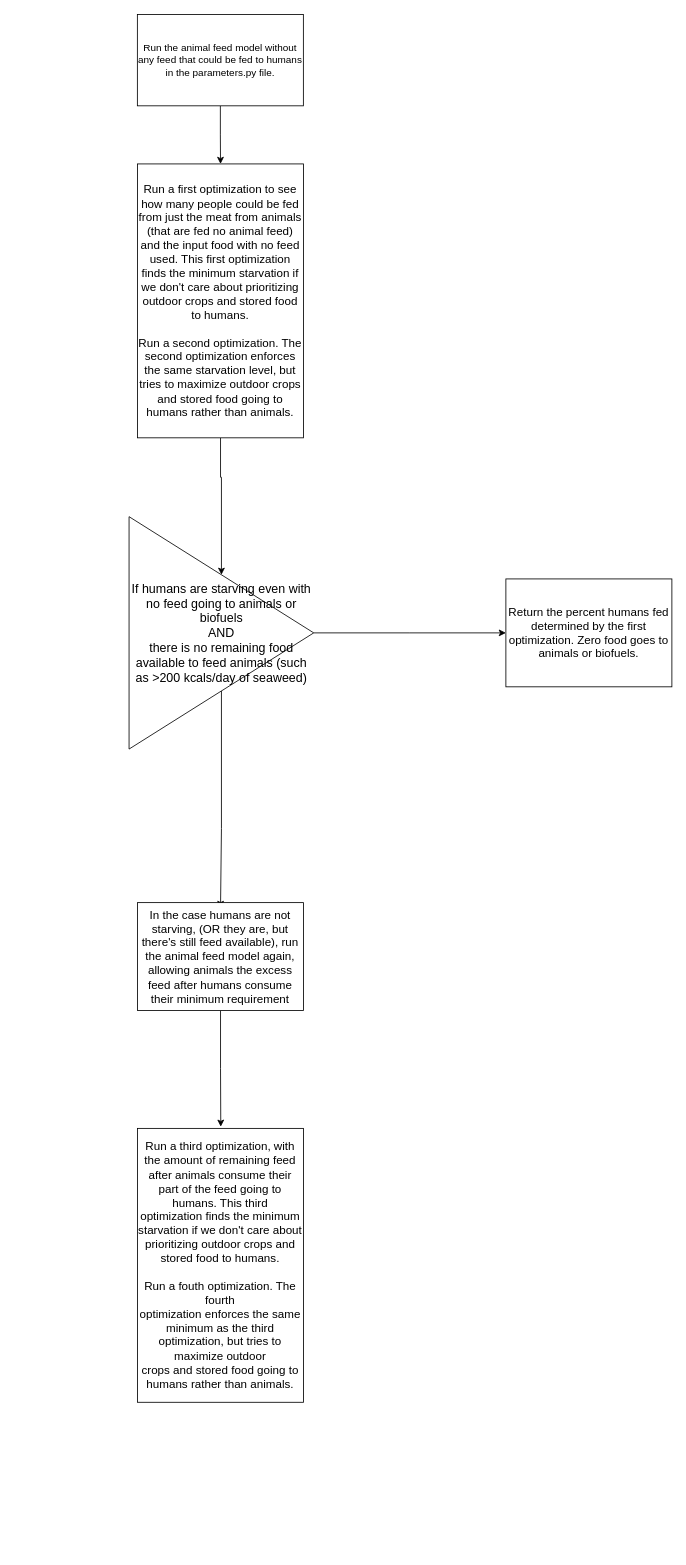
The draw.io diagram docs/repository_flowchart/FeedOptimizerFlow.drawio in allfed/allfed-integrated-model, before the edit. Source tidied: cells renumbered, new cells numbered last; positions are measured from the earlier drawing's top-left corner, leaving out a move shared by most shapes. Both pictures are drawn from the tidied source at 83%, with x=0, y=0 at pixel (129, 14).
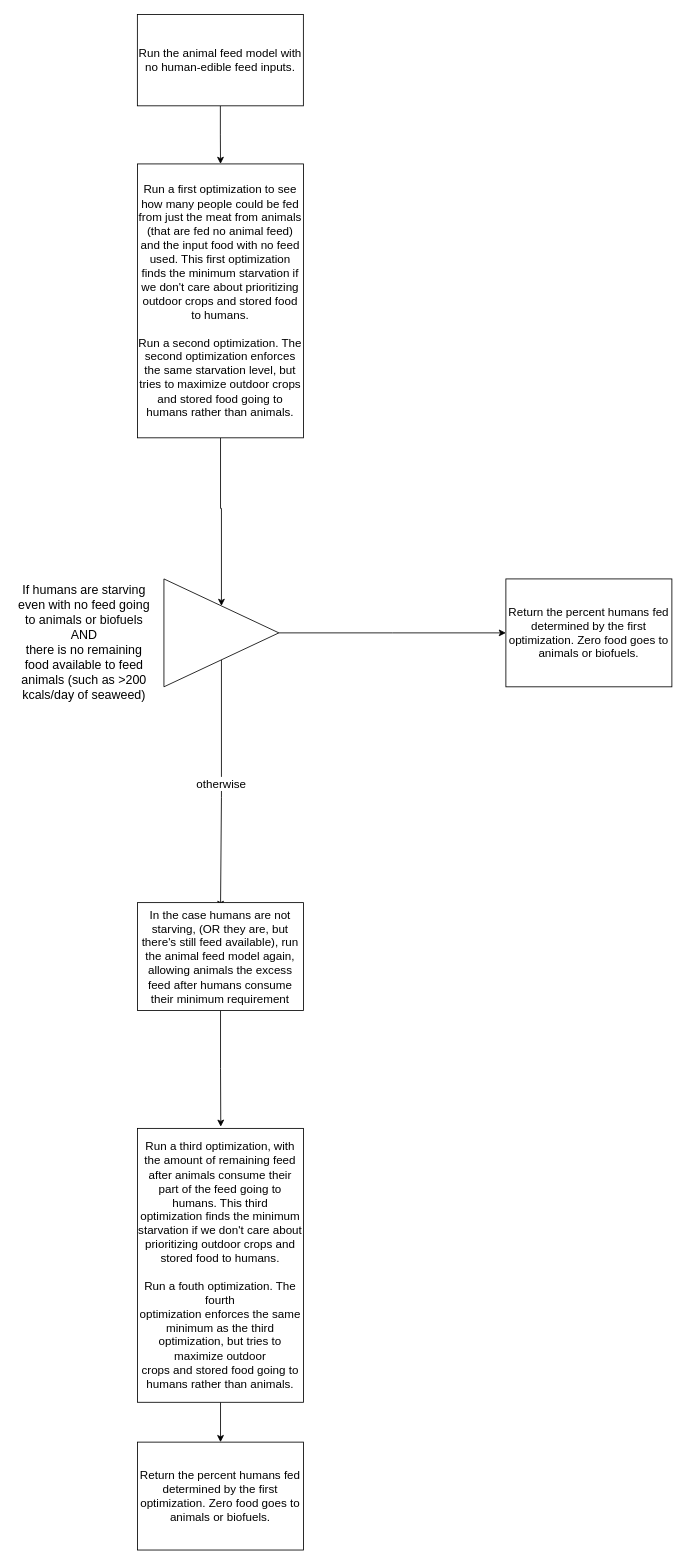
The same page after the edit.

Diff of the diagram source:
```diff
@@
 <mxGraphModel>
   <root>
     <mxCell id="0" />
     <mxCell id="1" parent="0" />
     <mxCell id="2" style="edgeStyle=orthogonalEdgeStyle;rounded=0;jettySize=auto;html=1;" parent="1" edge="1" source="4">
       <mxGeometry relative="1" as="geometry">
         <mxPoint x="454" y="745" as="targetPoint" />
       </mxGeometry>
     </mxCell>
-    <mxCell id="3" style="edgeStyle=orthogonalEdgeStyle;rounded=0;jettySize=auto;html=1;" parent="1" edge="1" source="4">
+    <mxCell id="3" value="&lt;font style=&quot;font-size: 14px;&quot;&gt;otherwise&lt;/font&gt;" style="edgeStyle=orthogonalEdgeStyle;rounded=0;jettySize=auto;html=1;" parent="1" edge="1" source="4">
       <mxGeometry relative="1" as="geometry">
         <mxPoint x="110.2" y="1076.4" as="targetPoint" />
       </mxGeometry>
     </mxCell>
-    <mxCell id="4" value="&lt;font style=&quot;font-size: 15px;&quot;&gt;If humans are starving even with no feed going to animals or biofuels&lt;br&gt;AND&lt;br&gt; there is no remaining food available to feed animals (such as &amp;gt;200 kcals/day of seaweed)&lt;br&gt;&lt;/font&gt;" style="triangle;whiteSpace=wrap;html=1;" parent="1" vertex="1">
-      <mxGeometry y="605" width="222.5" height="280" as="geometry" />
+    <mxCell id="4" style="triangle;whiteSpace=wrap;html=1;" parent="1" vertex="1">
+      <mxGeometry x="42" y="680" width="138.5" height="130" as="geometry" />
     </mxCell>
     <mxCell id="5" value="&lt;font style=&quot;font-size: 14px;&quot;&gt;Return the percent humans fed determined by the first optimization. Zero food goes to animals or biofuels.&lt;/font&gt;" style="rounded=0;whiteSpace=wrap;html=1;" parent="1" vertex="1">
       <mxGeometry x="454" y="680" width="200" height="130" as="geometry" />
     </mxCell>
     <mxCell id="6" style="edgeStyle=orthogonalEdgeStyle;rounded=0;jettySize=auto;html=1;" parent="1" edge="1" source="7">
       <mxGeometry relative="1" as="geometry">
         <mxPoint x="110.5" y="1340" as="targetPoint" />
       </mxGeometry>
     </mxCell>
     <mxCell id="7" value="&lt;font style=&quot;font-size: 14px;&quot;&gt;In the case humans are not starving, (OR they are, but there's still feed available), run the animal feed model again, allowing animals the excess feed after humans consume their minimum requirement&lt;/font&gt;" style="rounded=0;whiteSpace=wrap;html=1;" parent="1" vertex="1">
       <mxGeometry x="10.2" y="1070" width="200" height="130" as="geometry" />
     </mxCell>
     <mxCell id="8" style="edgeStyle=orthogonalEdgeStyle;rounded=0;jettySize=auto;html=1;" parent="1" edge="1" source="9" target="4">
       <mxGeometry relative="1" as="geometry" />
     </mxCell>
     <mxCell id="9" value="&lt;font style=&quot;font-size: 14px;&quot;&gt;Run a first optimization to see how many people could be fed from just the meat from animals (that are fed no animal feed) and the input food with no feed used. This first optimization finds the minimum starvation if we don't care about prioritizing outdoor crops and stored food to humans. &lt;br&gt;&lt;br&gt;Run a second optimization. The second optimization enforces the same starvation level, but tries to maximize outdoor crops and stored food going to humans rather than animals.&lt;/font&gt;" style="rounded=0;whiteSpace=wrap;html=1;" parent="1" vertex="1">
       <mxGeometry x="10.2" y="180" width="200" height="330" as="geometry" />
     </mxCell>
+    <mxCell id="13" style="edgeStyle=orthogonalEdgeStyle;rounded=0;jettySize=auto;html=1;" parent="1" edge="1" source="10" target="14">
+      <mxGeometry relative="1" as="geometry" />
+    </mxCell>
     <mxCell id="10" value="&lt;font style=&quot;font-size: 14px;&quot;&gt;Run a third optimization, with the amount of remaining feed &lt;br&gt;after animals consume their part of the feed going to humans. This third&lt;br&gt; optimization finds the minimum starvation if we don't care about &lt;br&gt;prioritizing outdoor crops and stored food to humans. &lt;br&gt;&lt;br&gt;Run a fouth optimization. The fourth &lt;br&gt;optimization enforces the same minimum as the third optimization, but tries to maximize outdoor &lt;br&gt;crops and stored food going to humans rather than animals.&lt;/font&gt;" style="rounded=0;whiteSpace=wrap;html=1;" parent="1" vertex="1">
       <mxGeometry x="10.2" y="1342" width="200" height="330" as="geometry" />
     </mxCell>
     <mxCell id="11" style="edgeStyle=orthogonalEdgeStyle;rounded=0;jettySize=auto;html=1;entryX=0.5;entryY=0;entryDx=0;entryDy=0;" parent="1" edge="1" source="12" target="9">
       <mxGeometry relative="1" as="geometry" />
     </mxCell>
-    <mxCell id="12" value="Run the animal feed model without any feed that could be fed to humans in the parameters.py file." style="rounded=0;whiteSpace=wrap;html=1;" parent="1" vertex="1">
+    <mxCell id="12" value="&lt;font style=&quot;font-size: 14px;&quot;&gt;Run the animal feed model with no human-edible feed inputs.&lt;br&gt;&lt;/font&gt;" style="rounded=0;whiteSpace=wrap;html=1;" parent="1" vertex="1">
       <mxGeometry x="10" width="200" height="110" as="geometry" />
     </mxCell>
+    <mxCell id="14" value="&lt;font style=&quot;font-size: 14px;&quot;&gt;Return the percent humans fed determined by the first optimization. Zero food goes to animals or biofuels.&lt;/font&gt;" style="rounded=0;whiteSpace=wrap;html=1;" parent="1" vertex="1">
+      <mxGeometry x="10.2" y="1720" width="200" height="130" as="geometry" />
+    </mxCell>
+    <mxCell id="15" value="&lt;font style=&quot;font-size: 15px;&quot;&gt;If humans are starving even with no feed going to animals or biofuels&lt;br&gt;AND&lt;br&gt; there is no remaining food available to feed animals (such as &amp;gt;200 kcals/day of seaweed)&lt;br&gt;&lt;/font&gt;" style="text;whiteSpace=wrap;html=1;align=center;" parent="1" vertex="1">
+      <mxGeometry x="-138" y="678" width="168" height="100" as="geometry" />
+    </mxCell>
   </root>
 </mxGraphModel>
```
